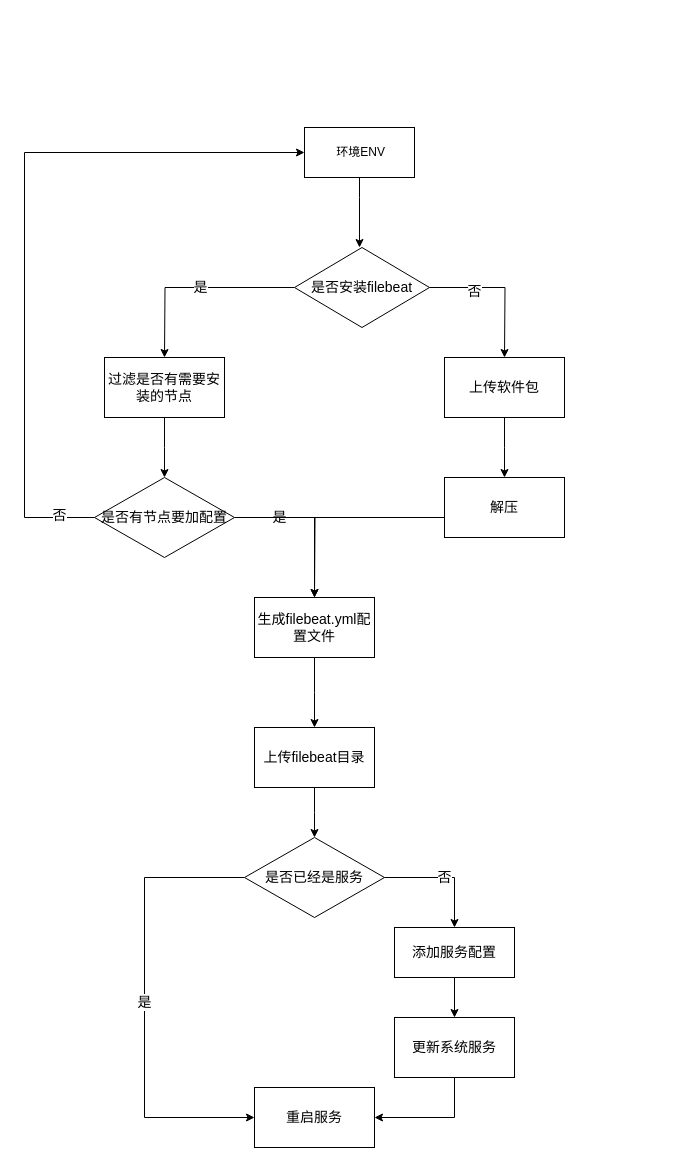
The draw.io diagram Untitled Diagram.drawio in Amor7527/hello-algorithm, before the edit. Source tidied: cells renumbered, new cells numbered last; positions are measured from the earlier drawing's top-left corner, leaving out a move shared by most shapes. Both pictures are drawn from the tidied source at 100%, with x=0, y=0 at pixel (24, 127).
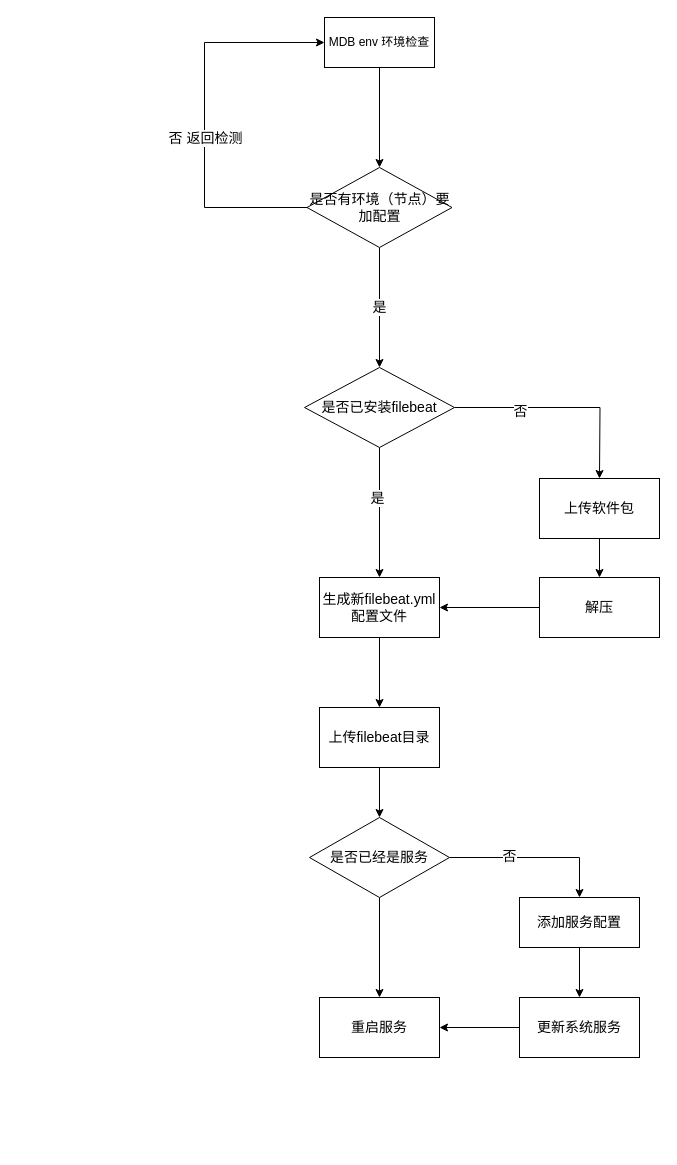
The same page after the edit.

Diff of the diagram source:
```diff
@@
-    <mxCell id="2" style="edgeStyle=orthogonalEdgeStyle;rounded=0;jettySize=auto;html=1;fontSize=14;" parent="1" edge="1" source="3">
-      <mxGeometry relative="1" as="geometry">
-        <mxPoint x="335" y="120" as="targetPoint" />
-        <Array as="points">
-          <mxPoint x="335" y="70" />
-          <mxPoint x="335" y="70" />
-        </Array>
-      </mxGeometry>
-    </mxCell>
+    <mxCell id="32" style="edgeStyle=orthogonalEdgeStyle;rounded=0;jettySize=auto;html=1;entryX=0.5;entryY=0;entryDx=0;entryDy=0;fontSize=14;" parent="1" edge="1" source="3" target="41">
+      <mxGeometry relative="1" as="geometry" />
+    </mxCell>
-    <mxCell id="3" value="&amp;nbsp;环境ENV" style="rounded=0;whiteSpace=wrap;html=1;" parent="1" vertex="1">
-      <mxGeometry x="280" width="110" height="50" as="geometry" />
+    <mxCell id="3" value="MDB env 环境检查" style="rounded=0;whiteSpace=wrap;html=1;" parent="1" vertex="1">
+      <mxGeometry x="300" y="-110" width="110" height="50" as="geometry" />
     </mxCell>
-    <mxCell id="4" style="edgeStyle=orthogonalEdgeStyle;rounded=0;jettySize=auto;html=1;fontSize=14;" parent="1" edge="1" source="8">
-      <mxGeometry relative="1" as="geometry">
-        <mxPoint x="140" y="230" as="targetPoint" />
-      </mxGeometry>
-    </mxCell>
-    <mxCell id="5" value="是" style="edgeLabel;html=1;align=center;verticalAlign=middle;fontSize=14;" parent="4" vertex="1">
-      <mxGeometry x="-0.05" y="-1" relative="1" as="geometry" />
-    </mxCell>
     <mxCell id="6" style="edgeStyle=orthogonalEdgeStyle;rounded=0;jettySize=auto;html=1;fontSize=14;" parent="1" edge="1" source="8">
       <mxGeometry relative="1" as="geometry">
-        <mxPoint x="480" y="230" as="targetPoint" />
+        <mxPoint x="575" y="351" as="targetPoint" />
       </mxGeometry>
     </mxCell>
@@
+    <mxCell id="33" style="edgeStyle=orthogonalEdgeStyle;rounded=0;jettySize=auto;html=1;fontSize=14;" parent="1" edge="1" source="8" target="19">
+      <mxGeometry relative="1" as="geometry" />
+    </mxCell>
+    <mxCell id="5" value="是" style="edgeLabel;html=1;align=center;verticalAlign=middle;fontSize=14;" parent="33" vertex="1">
+      <mxGeometry x="-0.23" y="-3" relative="1" as="geometry" />
+    </mxCell>
-    <mxCell id="8" value="是否安装filebeat" style="rhombus;whiteSpace=wrap;html=1;fontSize=14;" parent="1" vertex="1">
-      <mxGeometry x="270" y="120" width="135" height="80" as="geometry" />
+    <mxCell id="8" value="是否已安装filebeat" style="rhombus;whiteSpace=wrap;html=1;fontSize=14;" parent="1" vertex="1">
+      <mxGeometry x="280" y="240" width="150" height="80" as="geometry" />
     </mxCell>
-    <mxCell id="9" style="edgeStyle=orthogonalEdgeStyle;rounded=0;jettySize=auto;html=1;fontSize=14;" parent="1" edge="1" source="10">
-      <mxGeometry relative="1" as="geometry">
-        <mxPoint x="140" y="350" as="targetPoint" />
-      </mxGeometry>
-    </mxCell>
-    <mxCell id="10" value="过滤是否有需要安装的节点" style="rounded=0;whiteSpace=wrap;html=1;fontSize=14;" parent="1" vertex="1">
-      <mxGeometry x="80" y="230" width="120" height="60" as="geometry" />
-    </mxCell>
-    <mxCell id="11" style="edgeStyle=orthogonalEdgeStyle;rounded=0;jettySize=auto;html=1;fontSize=14;exitX=1;exitY=0.5;exitDx=0;exitDy=0;" parent="1" edge="1" source="14">
-      <mxGeometry relative="1" as="geometry">
-        <mxPoint x="290" y="470" as="targetPoint" />
-      </mxGeometry>
-    </mxCell>
-    <mxCell id="12" style="edgeStyle=orthogonalEdgeStyle;rounded=0;jettySize=auto;html=1;fontSize=14;exitX=0;exitY=0.5;exitDx=0;exitDy=0;entryX=0;entryY=0.5;entryDx=0;entryDy=0;" parent="1" edge="1" source="14" target="3">
-      <mxGeometry relative="1" as="geometry">
-        <Array as="points">
-          <mxPoint y="390" />
-          <mxPoint y="25" />
-        </Array>
-      </mxGeometry>
-    </mxCell>
+    <mxCell id="34" style="edgeStyle=orthogonalEdgeStyle;rounded=0;jettySize=auto;html=1;fontSize=14;" parent="1" edge="1" source="17" target="23">
+      <mxGeometry relative="1" as="geometry" />
+    </mxCell>
+    <mxCell id="17" value="上传软件包" style="rounded=0;whiteSpace=wrap;html=1;fontSize=14;" parent="1" vertex="1">
+      <mxGeometry x="515" y="351" width="120" height="60" as="geometry" />
+    </mxCell>
+    <mxCell id="35" style="edgeStyle=orthogonalEdgeStyle;rounded=0;jettySize=auto;html=1;fontSize=14;" parent="1" edge="1" source="19" target="21">
+      <mxGeometry relative="1" as="geometry" />
+    </mxCell>
+    <mxCell id="19" value="生成新filebeat.yml配置文件" style="rounded=0;whiteSpace=wrap;html=1;fontSize=14;" parent="1" vertex="1">
+      <mxGeometry x="295" y="450" width="120" height="60" as="geometry" />
+    </mxCell>
+    <mxCell id="36" style="edgeStyle=orthogonalEdgeStyle;rounded=0;jettySize=auto;html=1;fontSize=14;" parent="1" edge="1" source="21" target="26">
+      <mxGeometry relative="1" as="geometry" />
+    </mxCell>
+    <mxCell id="21" value="上传filebeat目录" style="rounded=0;whiteSpace=wrap;html=1;fontSize=14;" parent="1" vertex="1">
+      <mxGeometry x="295" y="580" width="120" height="60" as="geometry" />
+    </mxCell>
+    <mxCell id="37" style="edgeStyle=orthogonalEdgeStyle;rounded=0;jettySize=auto;html=1;entryX=1;entryY=0.5;entryDx=0;entryDy=0;fontSize=14;" parent="1" edge="1" source="23" target="19">
+      <mxGeometry relative="1" as="geometry" />
+    </mxCell>
+    <mxCell id="23" value="解压" style="rounded=0;whiteSpace=wrap;html=1;fontSize=14;" parent="1" vertex="1">
+      <mxGeometry x="515" y="450" width="120" height="60" as="geometry" />
+    </mxCell>
+    <mxCell id="25" style="edgeStyle=orthogonalEdgeStyle;rounded=0;jettySize=auto;html=1;exitX=1;exitY=0.5;exitDx=0;exitDy=0;entryX=0.5;entryY=0;entryDx=0;entryDy=0;fontSize=14;" parent="1" edge="1" source="26" target="29">
+      <mxGeometry relative="1" as="geometry" />
+    </mxCell>
-    <mxCell id="13" value="否" style="edgeLabel;html=1;align=center;verticalAlign=middle;fontSize=14;" parent="12" vertex="1">
-      <mxGeometry x="-0.9" y="-3" relative="1" as="geometry" />
+    <mxCell id="13" value="否" style="edgeLabel;html=1;align=center;verticalAlign=middle;fontSize=14;" parent="25" vertex="1">
+      <mxGeometry x="-0.3" y="2" relative="1" as="geometry" />
     </mxCell>
-    <mxCell id="14" value="是否有节点要加配置" style="rhombus;whiteSpace=wrap;html=1;fontSize=14;" parent="1" vertex="1">
-      <mxGeometry x="70" y="350" width="140" height="80" as="geometry" />
-    </mxCell>
-    <mxCell id="15" value="是" style="text;html=1;align=center;verticalAlign=middle;strokeColor=none;fillColor=none;fontSize=14;" parent="1" vertex="1">
-      <mxGeometry x="240" y="380" width="30" height="20" as="geometry" />
-    </mxCell>
-    <mxCell id="16" style="edgeStyle=orthogonalEdgeStyle;rounded=0;jettySize=auto;html=1;fontSize=14;" parent="1" edge="1" source="17">
-      <mxGeometry relative="1" as="geometry">
-        <mxPoint x="480" y="350" as="targetPoint" />
-      </mxGeometry>
-    </mxCell>
-    <mxCell id="17" value="上传软件包" style="rounded=0;whiteSpace=wrap;html=1;fontSize=14;" parent="1" vertex="1">
-      <mxGeometry x="420" y="230" width="120" height="60" as="geometry" />
-    </mxCell>
-    <mxCell id="18" style="edgeStyle=orthogonalEdgeStyle;rounded=0;jettySize=auto;html=1;fontSize=14;" parent="1" edge="1" source="19">
-      <mxGeometry relative="1" as="geometry">
-        <mxPoint x="290" y="600" as="targetPoint" />
-      </mxGeometry>
-    </mxCell>
-    <mxCell id="19" value="生成filebeat.yml配置文件" style="rounded=0;whiteSpace=wrap;html=1;fontSize=14;" parent="1" vertex="1">
-      <mxGeometry x="230" y="470" width="120" height="60" as="geometry" />
-    </mxCell>
-    <mxCell id="20" style="edgeStyle=orthogonalEdgeStyle;rounded=0;jettySize=auto;html=1;fontSize=14;" parent="1" edge="1" source="21">
-      <mxGeometry relative="1" as="geometry">
-        <mxPoint x="290" y="710" as="targetPoint" />
-      </mxGeometry>
-    </mxCell>
-    <mxCell id="21" value="上传filebeat目录" style="rounded=0;whiteSpace=wrap;html=1;fontSize=14;" parent="1" vertex="1">
-      <mxGeometry x="230" y="600" width="120" height="60" as="geometry" />
-    </mxCell>
-    <mxCell id="22" style="edgeStyle=orthogonalEdgeStyle;rounded=0;jettySize=auto;html=1;fontSize=14;" parent="1" edge="1" source="23">
-      <mxGeometry relative="1" as="geometry">
-        <mxPoint x="290" y="470" as="targetPoint" />
-        <Array as="points">
-          <mxPoint x="290" y="390" />
-        </Array>
-      </mxGeometry>
-    </mxCell>
-    <mxCell id="23" value="解压" style="rounded=0;whiteSpace=wrap;html=1;fontSize=14;" parent="1" vertex="1">
-      <mxGeometry x="420" y="350" width="120" height="60" as="geometry" />
-    </mxCell>
-    <mxCell id="24" value="是" style="edgeStyle=orthogonalEdgeStyle;rounded=0;jettySize=auto;html=1;fontSize=14;entryX=0;entryY=0.5;entryDx=0;entryDy=0;" parent="1" edge="1" source="26" target="27">
-      <mxGeometry relative="1" as="geometry">
-        <Array as="points">
-          <mxPoint x="120" y="750" />
-          <mxPoint x="120" y="990" />
-        </Array>
-      </mxGeometry>
+    <mxCell id="24" style="edgeStyle=orthogonalEdgeStyle;rounded=0;jettySize=auto;html=1;fontSize=14;" parent="1" edge="1" source="26" target="27">
+      <mxGeometry relative="1" as="geometry" />
     </mxCell>
-    <mxCell id="25" value="否" style="edgeStyle=orthogonalEdgeStyle;rounded=0;jettySize=auto;html=1;fontSize=14;entryX=0.5;entryY=0;entryDx=0;entryDy=0;" parent="1" edge="1" source="26" target="29">
-      <mxGeometry relative="1" as="geometry" />
-    </mxCell>
     <mxCell id="26" value="&lt;span style=&quot;&quot;&gt;是否已经是服务&lt;/span&gt;" style="rhombus;whiteSpace=wrap;html=1;fontSize=14;" parent="1" vertex="1">
-      <mxGeometry x="220" y="710" width="140" height="80" as="geometry" />
+      <mxGeometry x="285" y="690" width="140" height="80" as="geometry" />
     </mxCell>
     <mxCell id="27" value="重启服务" style="rounded=0;whiteSpace=wrap;html=1;fontSize=14;" parent="1" vertex="1">
-      <mxGeometry x="230" y="960" width="120" height="60" as="geometry" />
+      <mxGeometry x="295" y="870" width="120" height="60" as="geometry" />
     </mxCell>
@@
     <mxCell id="29" value="添加服务配置" style="rounded=0;whiteSpace=wrap;html=1;fontSize=14;" parent="1" vertex="1">
-      <mxGeometry x="370" y="800" width="120" height="50" as="geometry" />
+      <mxGeometry x="495" y="770" width="120" height="50" as="geometry" />
     </mxCell>
-    <mxCell id="30" style="edgeStyle=orthogonalEdgeStyle;rounded=0;jettySize=auto;html=1;entryX=1;entryY=0.5;entryDx=0;entryDy=0;fontSize=14;" parent="1" edge="1" source="31" target="27">
-      <mxGeometry relative="1" as="geometry">
-        <Array as="points">
-          <mxPoint x="430" y="990" />
-        </Array>
-      </mxGeometry>
+    <mxCell id="30" style="edgeStyle=orthogonalEdgeStyle;rounded=0;jettySize=auto;html=1;fontSize=14;" parent="1" edge="1" source="31" target="27">
+      <mxGeometry relative="1" as="geometry" />
     </mxCell>
     <mxCell id="31" value="更新系统服务" style="rounded=0;whiteSpace=wrap;html=1;fontSize=14;" parent="1" vertex="1">
-      <mxGeometry x="370" y="890" width="120" height="60" as="geometry" />
+      <mxGeometry x="495" y="870" width="120" height="60" as="geometry" />
     </mxCell>
+    <mxCell id="38" value="是" style="edgeStyle=orthogonalEdgeStyle;rounded=0;jettySize=auto;html=1;fontSize=14;" parent="1" edge="1" source="41" target="8">
+      <mxGeometry relative="1" as="geometry" />
+    </mxCell>
+    <mxCell id="39" style="edgeStyle=orthogonalEdgeStyle;rounded=0;jettySize=auto;html=1;entryX=0;entryY=0.5;entryDx=0;entryDy=0;fontSize=14;" parent="1" edge="1" source="41" target="3">
+      <mxGeometry relative="1" as="geometry">
+        <Array as="points">
+          <mxPoint x="180" y="80" />
+          <mxPoint x="180" y="-85" />
+        </Array>
+      </mxGeometry>
+    </mxCell>
+    <mxCell id="40" value="否 返回检测" style="edgeLabel;html=1;align=center;verticalAlign=middle;fontSize=14;" parent="39" vertex="1">
+      <mxGeometry x="-0.11" relative="1" as="geometry" />
+    </mxCell>
+    <mxCell id="41" value="是否有环境（节点）要加配置" style="rhombus;whiteSpace=wrap;html=1;fontSize=14;" parent="1" vertex="1">
+      <mxGeometry x="282.5" y="40" width="145" height="80" as="geometry" />
+    </mxCell>
```
